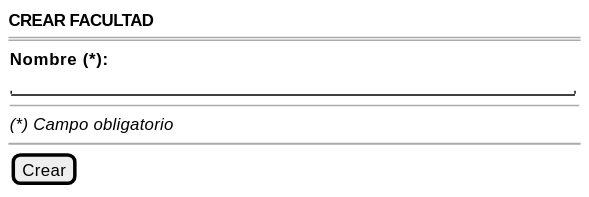
Before: images/RUP/01-requisitos/03-detalle-casos-uso/crearFacultad/wireframe.svg, a diagram exported from PlantUML (mmasias/pyCeldaPublico).
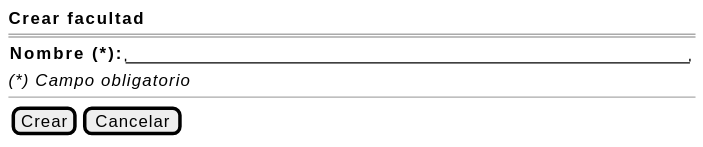
After the commit.

The edit, as a diff of the source:
```diff
@@ -1,14 +1,12 @@
 @startsalt crearFacultad-wireframe
 {
-    <b>CREAR FACULTAD</b>
+    <b>Crear facultad</b>
     ====
     {
-        <b>Nombre (*):</b>
-        "                                                  "
-        --
-        <i>(*) Campo obligatorio</i>
+        <b>Nombre (*):</b> | "                                                  "
     }
-    ~~
-    {[Crear]}
+    <i>(*) Campo obligatorio</i>
+    --
+    {[Crear] | [Cancelar]}
 }
 @endsalt
```
